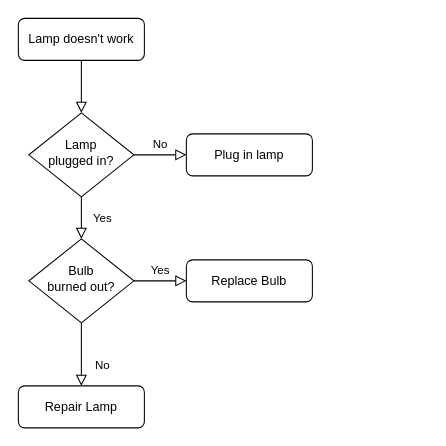
This is Untitled Diagram.drawio from umamiMike/technical-mess-diagrams, a draw.io file, before an edit. Source tidied: cells renumbered, new cells numbered last; positions are measured from the earlier drawing's top-left corner, leaving out a move shared by most shapes. Both pictures are drawn from the tidied source at 105%, with x=0, y=0 at pixel (18, 18).
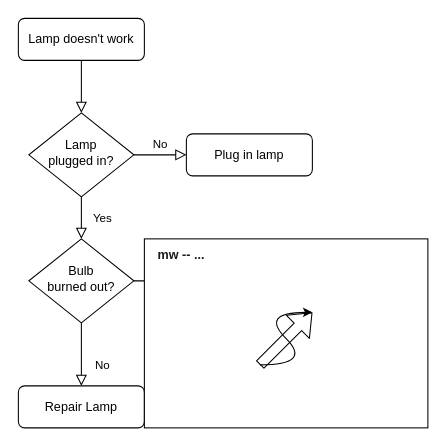
The same page after the edit.

Change to the diagram source:
```diff
@@
 <mxGraphModel>
   <root>
     <mxCell id="0" />
     <mxCell id="1" parent="0" />
     <mxCell id="2" style="rounded=0;html=1;jettySize=auto;fontSize=11;endArrow=block;endFill=0;endSize=8;strokeWidth=1;shadow=0;labelBackgroundColor=none;edgeStyle=orthogonalEdgeStyle;" parent="1" edge="1" source="3" target="6">
       <mxGeometry relative="1" as="geometry" />
     </mxCell>
     <mxCell id="3" value="Lamp doesn't work" style="rounded=1;whiteSpace=wrap;html=1;fontSize=12;glass=0;strokeWidth=1;shadow=0;" parent="1" vertex="1">
       <mxGeometry width="120" height="40" as="geometry" />
     </mxCell>
     <mxCell id="4" value="Yes" style="rounded=0;html=1;jettySize=auto;fontSize=11;endArrow=block;endFill=0;endSize=8;strokeWidth=1;shadow=0;labelBackgroundColor=none;edgeStyle=orthogonalEdgeStyle;" parent="1" edge="1" source="6" target="10">
       <mxGeometry y="20" relative="1" as="geometry" />
     </mxCell>
     <mxCell id="5" value="No" style="edgeStyle=orthogonalEdgeStyle;rounded=0;html=1;jettySize=auto;fontSize=11;endArrow=block;endFill=0;endSize=8;strokeWidth=1;shadow=0;labelBackgroundColor=none;" parent="1" edge="1" source="6" target="7">
       <mxGeometry y="10" relative="1" as="geometry" />
     </mxCell>
     <mxCell id="6" value="Lamp&lt;br&gt;plugged in?" style="rhombus;whiteSpace=wrap;html=1;shadow=0;fontFamily=Helvetica;fontSize=12;align=center;strokeWidth=1;spacing=6;spacingTop=-4;" parent="1" vertex="1">
       <mxGeometry x="10" y="90" width="100" height="80" as="geometry" />
     </mxCell>
     <mxCell id="7" value="Plug in lamp" style="rounded=1;whiteSpace=wrap;html=1;fontSize=12;glass=0;strokeWidth=1;shadow=0;" parent="1" vertex="1">
       <mxGeometry x="160" y="110" width="120" height="40" as="geometry" />
     </mxCell>
     <mxCell id="8" value="No" style="rounded=0;html=1;jettySize=auto;fontSize=11;endArrow=block;endFill=0;endSize=8;strokeWidth=1;shadow=0;labelBackgroundColor=none;edgeStyle=orthogonalEdgeStyle;" parent="1" edge="1" source="10" target="11">
       <mxGeometry x="0.33" y="20" relative="1" as="geometry" />
     </mxCell>
     <mxCell id="9" value="Yes" style="edgeStyle=orthogonalEdgeStyle;rounded=0;html=1;jettySize=auto;fontSize=11;endArrow=block;endFill=0;endSize=8;strokeWidth=1;shadow=0;labelBackgroundColor=none;" parent="1" edge="1" source="10" target="12">
       <mxGeometry y="10" relative="1" as="geometry" />
     </mxCell>
     <mxCell id="10" value="Bulb&lt;br&gt;burned out?" style="rhombus;whiteSpace=wrap;html=1;shadow=0;fontFamily=Helvetica;fontSize=12;align=center;strokeWidth=1;spacing=6;spacingTop=-4;" parent="1" vertex="1">
       <mxGeometry x="10" y="210" width="100" height="80" as="geometry" />
     </mxCell>
     <mxCell id="11" value="Repair Lamp" style="rounded=1;whiteSpace=wrap;html=1;fontSize=12;glass=0;strokeWidth=1;shadow=0;" parent="1" vertex="1">
       <mxGeometry y="350" width="120" height="40" as="geometry" />
     </mxCell>
     <mxCell id="12" value="Replace Bulb" style="rounded=1;whiteSpace=wrap;html=1;fontSize=12;glass=0;strokeWidth=1;shadow=0;" parent="1" vertex="1">
       <mxGeometry x="160" y="230" width="120" height="40" as="geometry" />
     </mxCell>
+    <mxCell id="13" value="mw -- ..." style="rounded=0;whiteSpace=wrap;html=1;verticalAlign=top;align=left;spacingTop=2;spacingLeft=11;fontStyle=1;fontSize=12;fontColor=#1A1A1A;fillColor=#ffffff;" parent="1" vertex="1">
+      <mxGeometry x="120" y="210" width="270" height="180" as="geometry" />
+    </mxCell>
+    <mxCell id="14" style="shape=flexArrow;endArrow=classic;html=1;fontSize=12;fontColor=#1A1A1A;" parent="1" edge="1">
+      <mxGeometry relative="1" as="geometry">
+        <mxPoint x="230" y="330" as="sourcePoint" />
+        <mxPoint x="280" y="280" as="targetPoint" />
+      </mxGeometry>
+    </mxCell>
+    <mxCell id="15" style="curved=1;endArrow=classic;html=1;fontSize=12;fontColor=#1A1A1A;" parent="1" edge="1">
+      <mxGeometry relative="1" as="geometry">
+        <mxPoint x="230" y="330" as="sourcePoint" />
+        <mxPoint x="280" y="280" as="targetPoint" />
+        <Array as="points">
+          <mxPoint x="280" y="330" />
+          <mxPoint x="230" y="280" />
+        </Array>
+      </mxGeometry>
+    </mxCell>
   </root>
 </mxGraphModel>
```
